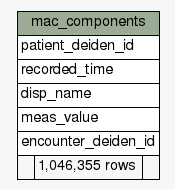
This is diagrams/summary/mac_components.1degree.png from mohcinemadkour/DBSchema, a Graphviz export, as it was before one commit. Its source is kept beside it as diagrams/summary/mac_components.1degree.dot. The source it was exported from:
```dot
digraph "mac_components" {
  graph [
    rankdir="RL"
    bgcolor="#f7f7f7"
    nodesep="0.18"
    ranksep="0.46"
    fontname="Helvetica"
    fontsize="11"
  ];
  node [
    fontname="Helvetica"
    fontsize="11"
    shape="plaintext"
  ];
  edge [
    arrowsize="0.8"
  ];
  "mac_components" [
    label=<
    <TABLE BORDER="0" CELLBORDER="1" CELLSPACING="0" BGCOLOR="#ffffff">
      <TR><TD COLSPAN="3" BGCOLOR="#9bab96" ALIGN="CENTER">mac_components</TD></TR>
      <TR><TD PORT="patient_deiden_id" COLSPAN="3" ALIGN="LEFT">patient_deiden_id</TD></TR>
      <TR><TD PORT="recorded_time" COLSPAN="3" ALIGN="LEFT">recorded_time</TD></TR>
      <TR><TD PORT="disp_name" COLSPAN="3" ALIGN="LEFT">disp_name</TD></TR>
      <TR><TD PORT="meas_value" COLSPAN="3" ALIGN="LEFT">meas_value</TD></TR>
      <TR><TD PORT="encounter_deiden_id" COLSPAN="3" ALIGN="LEFT">encounter_deiden_id</TD></TR>
      <TR><TD ALIGN="LEFT" BGCOLOR="#f7f7f7">  </TD><TD ALIGN="RIGHT" BGCOLOR="#f7f7f7">1,046,355 rows</TD><TD ALIGN="RIGHT" BGCOLOR="#f7f7f7">  </TD></TR>
    </TABLE>>
    URL="tables/mac_components.html"
    tooltip="mac_components"
  ];
}
```
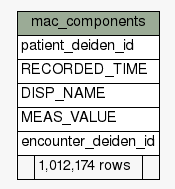
The same file after the commit.

Diff of the diagram source:
```diff
@@ -20,11 +20,11 @@
     <TABLE BORDER="0" CELLBORDER="1" CELLSPACING="0" BGCOLOR="#ffffff">
       <TR><TD COLSPAN="3" BGCOLOR="#9bab96" ALIGN="CENTER">mac_components</TD></TR>
       <TR><TD PORT="patient_deiden_id" COLSPAN="3" ALIGN="LEFT">patient_deiden_id</TD></TR>
-      <TR><TD PORT="recorded_time" COLSPAN="3" ALIGN="LEFT">recorded_time</TD></TR>
-      <TR><TD PORT="disp_name" COLSPAN="3" ALIGN="LEFT">disp_name</TD></TR>
-      <TR><TD PORT="meas_value" COLSPAN="3" ALIGN="LEFT">meas_value</TD></TR>
+      <TR><TD PORT="RECORDED_TIME" COLSPAN="3" ALIGN="LEFT">RECORDED_TIME</TD></TR>
+      <TR><TD PORT="DISP_NAME" COLSPAN="3" ALIGN="LEFT">DISP_NAME</TD></TR>
+      <TR><TD PORT="MEAS_VALUE" COLSPAN="3" ALIGN="LEFT">MEAS_VALUE</TD></TR>
       <TR><TD PORT="encounter_deiden_id" COLSPAN="3" ALIGN="LEFT">encounter_deiden_id</TD></TR>
-      <TR><TD ALIGN="LEFT" BGCOLOR="#f7f7f7">  </TD><TD ALIGN="RIGHT" BGCOLOR="#f7f7f7">1,046,355 rows</TD><TD ALIGN="RIGHT" BGCOLOR="#f7f7f7">  </TD></TR>
+      <TR><TD ALIGN="LEFT" BGCOLOR="#f7f7f7">  </TD><TD ALIGN="RIGHT" BGCOLOR="#f7f7f7">1,012,174 rows</TD><TD ALIGN="RIGHT" BGCOLOR="#f7f7f7">  </TD></TR>
     </TABLE>>
     URL="tables/mac_components.html"
     tooltip="mac_components"
```
